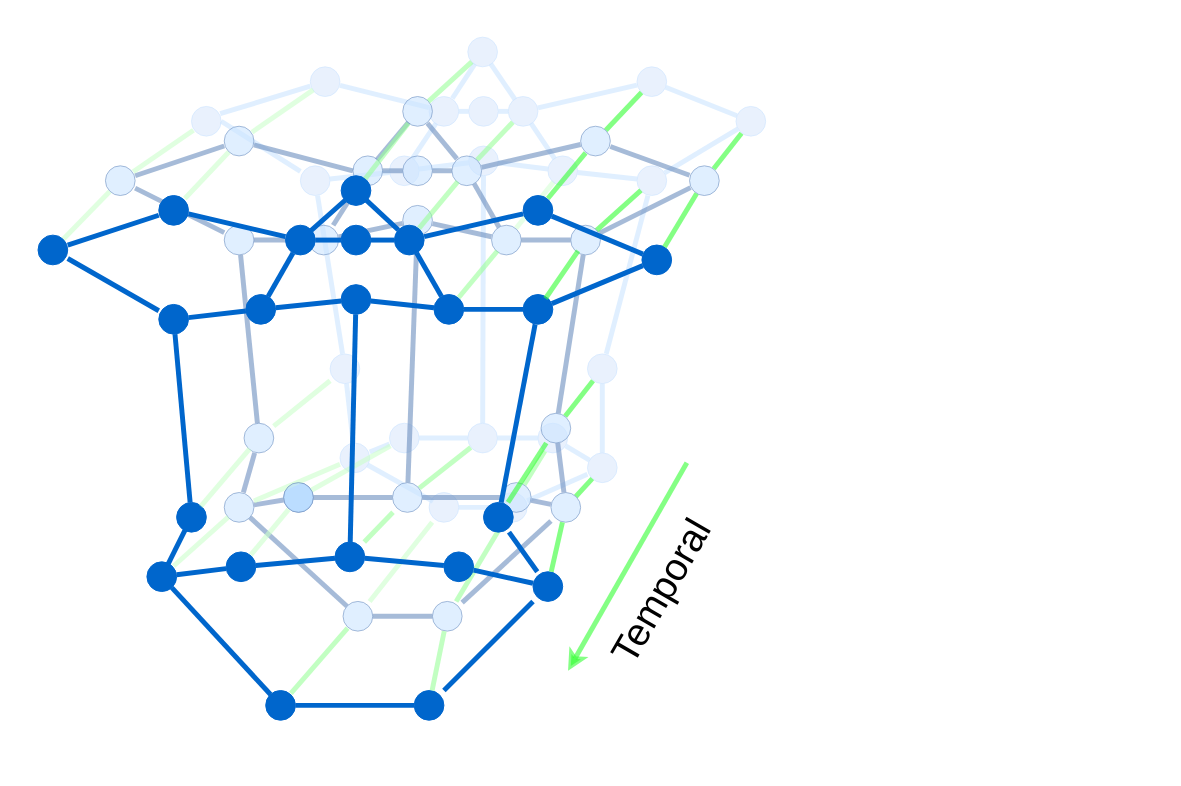
Before: page "Page-3" (2 of 8) of FG_example.drawio in 1009351456/Anonymous, a draw.io diagram. Source tidied: cells renumbered, new cells numbered last; positions are measured from the earlier drawing's top-left corner, leaving out a move shared by most shapes. Both pictures are drawn from the tidied source at 99%, with x=0, y=0 at pixel (16, 27).
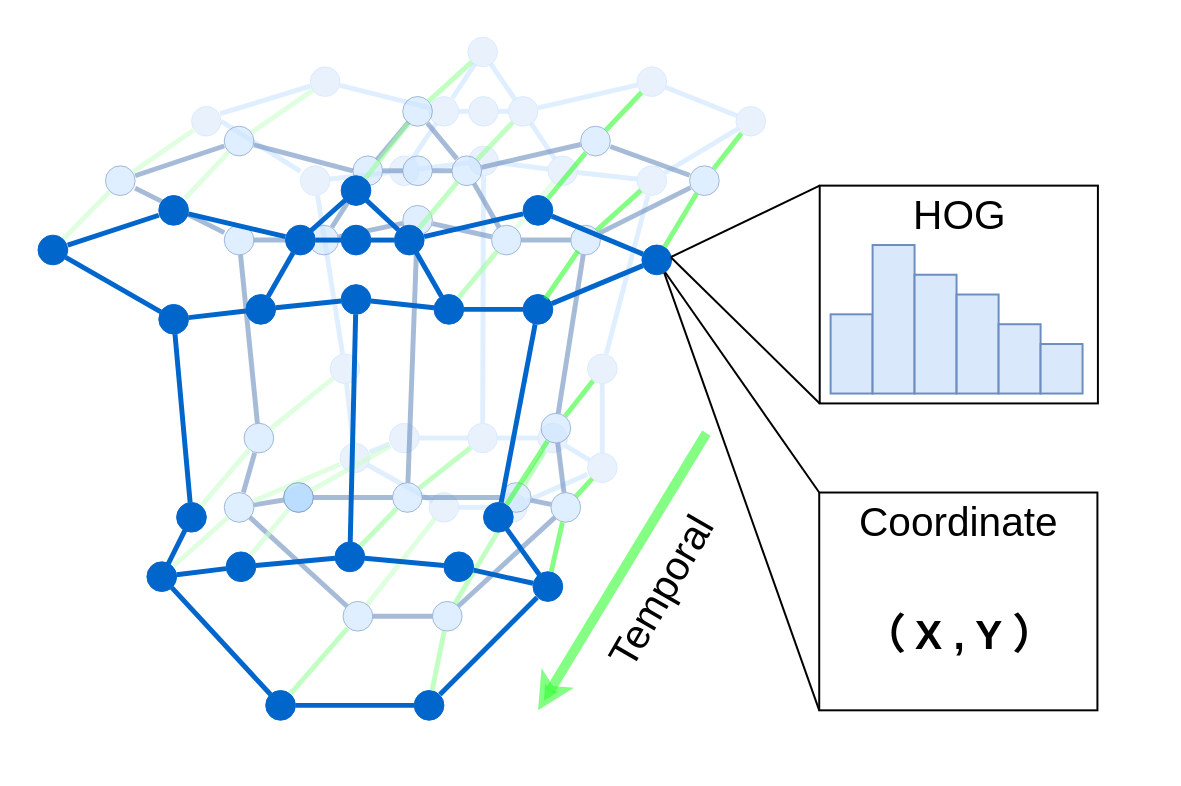
The same page after the edit.

Unchanged cells that the change refers to:
```xml
<mxCell id="17" style="shape=ellipse;fillColor=#dae8fc;strokeColor=#CCE5FF;html=1;opacity=60;" parent="1" vertex="1">
  <mxGeometry x="316.9" y="330" width="30" height="30" as="geometry" />
</mxCell>
<mxCell id="24" style="shape=ellipse;fillColor=#dae8fc;strokeColor=#CCE5FF;html=1;opacity=60;" parent="1" vertex="1">
  <mxGeometry x="486" y="470" width="30" height="30" as="geometry" />
</mxCell>
<mxCell id="25" style="shape=ellipse;fillColor=#dae8fc;strokeColor=#CCE5FF;html=1;opacity=60;" parent="1" vertex="1">
  <mxGeometry x="416.9" y="470" width="30" height="30" as="geometry" />
</mxCell>
<mxCell id="57" style="shape=ellipse;fillColor=#CCE5FF;strokeColor=#6c8ebf;html=1;opacity=60;" parent="1" vertex="1">
  <mxGeometry x="295.5" y="200" width="30" height="30" as="geometry" />
</mxCell>
<mxCell id="58" style="shape=ellipse;fillColor=#CCE5FF;strokeColor=#6c8ebf;html=1;opacity=60;" parent="1" vertex="1">
  <mxGeometry x="340" y="130" width="30" height="30" as="geometry" />
</mxCell>
<mxCell id="112" style="shape=ellipse;fillColor=#CCE5FF;strokeColor=#6c8ebf;html=1;opacity=60;" parent="1" vertex="1">
  <mxGeometry x="530" y="390" width="30" height="30" as="geometry" />
</mxCell>
<mxCell id="113" style="shape=ellipse;fillColor=#CCE5FF;strokeColor=#6c8ebf;html=1;opacity=60;" parent="1" vertex="1">
  <mxGeometry x="540" y="470" width="30" height="30" as="geometry" />
</mxCell>
<mxCell id="114" style="shape=ellipse;fillColor=#CCE5FF;strokeColor=#6c8ebf;html=1;opacity=60;" parent="1" vertex="1">
  <mxGeometry x="230" y="400" width="30" height="30" as="geometry" />
</mxCell>
<mxCell id="116" style="shape=ellipse;fillColor=#CCE5FF;strokeColor=#6c8ebf;html=1;opacity=60;" parent="1" vertex="1">
  <mxGeometry x="380" y="460" width="30" height="30" as="geometry" />
</mxCell>
<mxCell id="119" style="shape=ellipse;fillColor=#CCE5FF;strokeColor=#6c8ebf;html=1;opacity=60;" parent="1" vertex="1">
  <mxGeometry x="330" y="580" width="30" height="30" as="geometry" />
</mxCell>
<mxCell id="120" style="shape=ellipse;fillColor=#CCE5FF;strokeColor=#6c8ebf;html=1;opacity=60;" parent="1" vertex="1">
  <mxGeometry x="420.3" y="580" width="30" height="30" as="geometry" />
</mxCell>
<mxCell id="121" style="shape=ellipse;fillColor=#0066CC;strokeColor=#0066CC;html=1;" parent="1" vertex="1">
  <mxGeometry x="21.9" y="210" width="30" height="30" as="geometry" />
</mxCell>
<mxCell id="122" style="shape=ellipse;fillColor=#0066CC;strokeColor=#0066CC;html=1;" parent="1" vertex="1">
  <mxGeometry x="143.9" y="280" width="30" height="30" as="geometry" />
</mxCell>
<mxCell id="132" style="shape=ellipse;fillColor=#0066CC;strokeColor=#0066CC;html=1;" parent="1" vertex="1">
  <mxGeometry x="631.9" y="220" width="30" height="30" as="geometry" />
</mxCell>
<mxCell id="137" style="shape=ellipse;fillColor=#0066CC;strokeColor=#0066CC;html=1;" parent="1" vertex="1">
  <mxGeometry x="401.9" y="670" width="30" height="30" as="geometry" />
</mxCell>
<mxCell id="138" style="shape=ellipse;fillColor=#0066CC;strokeColor=#0066CC;html=1;" parent="1" vertex="1">
  <mxGeometry x="521.9" y="550" width="30" height="30" as="geometry" />
</mxCell>
<mxCell id="139" style="shape=ellipse;fillColor=#0066CC;strokeColor=#0066CC;html=1;" parent="1" vertex="1">
  <mxGeometry x="471.9" y="480" width="30" height="30" as="geometry" />
</mxCell>
<mxCell id="141" style="shape=ellipse;fillColor=#0066CC;strokeColor=#0066CC;html=1;" parent="1" vertex="1">
  <mxGeometry x="321.9" y="520" width="30" height="30" as="geometry" />
</mxCell>
```

Diff of the diagram source:
```diff
@@
     <mxCell id="3" style="rounded=0;whiteSpace=wrap;html=1;strokeColor=none;fillColor=#ffffff;fontSize=39;opacity=60;" parent="1" vertex="1">
-      <mxGeometry x="0.3" width="810" height="750" as="geometry" />
+      <mxGeometry x="10" y="-10" width="1150" height="740" as="geometry" />
     </mxCell>
@@
-    <mxCell id="70" style="endArrow=none;html=1;fontSize=56;strokeWidth=5;fillColor=#dae8fc;strokeColor=#6c8ebf;opacity=60;" parent="1" edge="1" source="58" target="57">
+    <mxCell id="70" style="endArrow=none;html=1;fontSize=56;strokeWidth=5;fillColor=#dae8fc;strokeColor=#6c8ebf;opacity=60;sourcePerimeterSpacing=-3;targetPerimeterSpacing=-2;" parent="1" edge="1" source="58" target="57">
       <mxGeometry relative="1" as="geometry" />
     </mxCell>
@@
-    <mxCell id="90" style="endArrow=none;html=1;fontSize=56;strokeWidth=5;fillColor=#dae8fc;strokeColor=#6c8ebf;opacity=60;" parent="1" edge="1" source="120" target="113">
+    <mxCell id="90" style="endArrow=none;html=1;fontSize=56;strokeWidth=5;fillColor=#dae8fc;strokeColor=#6c8ebf;opacity=60;targetPerimeterSpacing=-4;sourcePerimeterSpacing=-4;" parent="1" edge="1" source="120" target="113">
       <mxGeometry relative="1" as="geometry" />
     </mxCell>
@@
-    <mxCell id="104" style="endArrow=none;html=1;strokeColor=#99FF99;strokeWidth=5;fontSize=56;fillColor=#d5e8d4;opacity=60;" parent="1" edge="1" source="120" target="24">
+    <mxCell id="104" style="endArrow=none;html=1;strokeColor=#99FF99;strokeWidth=5;fontSize=56;fillColor=#d5e8d4;opacity=60;sourcePerimeterSpacing=-2;" parent="1" edge="1" source="120" target="24">
       <mxGeometry relative="1" as="geometry" />
     </mxCell>
-    <mxCell id="105" style="endArrow=none;html=1;strokeColor=#CCFFCC;strokeWidth=5;fontSize=56;fillColor=#d5e8d4;opacity=60;" parent="1" edge="1" source="119" target="25">
+    <mxCell id="105" style="endArrow=none;html=1;strokeColor=#CCFFCC;strokeWidth=5;fontSize=56;fillColor=#d5e8d4;opacity=60;targetPerimeterSpacing=-4;sourcePerimeterSpacing=-4;" parent="1" edge="1" source="119" target="25">
       <mxGeometry relative="1" as="geometry" />
     </mxCell>
@@
-    <mxCell id="109" style="endArrow=none;html=1;strokeColor=#CCFFCC;strokeWidth=5;fontSize=56;fillColor=#d5e8d4;opacity=60;" parent="1" edge="1" source="114" target="17">
+    <mxCell id="109" style="endArrow=none;html=1;strokeColor=#CCFFCC;strokeWidth=5;fontSize=56;fillColor=#d5e8d4;opacity=60;sourcePerimeterSpacing=-3;targetPerimeterSpacing=-3;" parent="1" edge="1" source="114" target="17">
       <mxGeometry relative="1" as="geometry" />
     </mxCell>
@@
-    <mxCell id="134" style="shape=ellipse;fillColor=#0066CC;strokeColor=#0066CC;html=1;" parent="1" vertex="1">
-      <mxGeometry x="161.9" y="480" width="30" height="30" as="geometry" />
-    </mxCell>
@@
-    <mxCell id="144" style="endArrow=none;html=1;fontSize=56;strokeWidth=5;fillColor=#dae8fc;strokeColor=#0066CC;" parent="1" edge="1" source="121" target="122">
+    <mxCell id="144" style="endArrow=none;html=1;fontSize=56;strokeWidth=5;fillColor=#dae8fc;strokeColor=#0066CC;sourcePerimeterSpacing=-2;targetPerimeterSpacing=-2;" parent="1" edge="1" source="121" target="122">
       <mxGeometry relative="1" as="geometry" />
     </mxCell>
@@
-    <mxCell id="160" style="endArrow=none;html=1;fontSize=56;strokeWidth=5;fillColor=#dae8fc;strokeColor=#0066CC;" parent="1" edge="1" source="139" target="138">
+    <mxCell id="160" style="endArrow=none;html=1;fontSize=56;strokeWidth=5;fillColor=#dae8fc;strokeColor=#0066CC;sourcePerimeterSpacing=-3;targetPerimeterSpacing=-3;" parent="1" edge="1" source="139" target="138">
       <mxGeometry relative="1" as="geometry" />
     </mxCell>
@@
-    <mxCell id="164" style="endArrow=none;html=1;fontSize=56;strokeWidth=5;fillColor=#dae8fc;strokeColor=#0066CC;" parent="1" edge="1" source="137" target="138">
+    <mxCell id="164" style="endArrow=none;html=1;fontSize=56;strokeWidth=5;fillColor=#dae8fc;strokeColor=#0066CC;targetPerimeterSpacing=-4;sourcePerimeterSpacing=-4;" parent="1" edge="1" source="137" target="138">
       <mxGeometry relative="1" as="geometry" />
     </mxCell>
@@
-    <mxCell id="172" style="endArrow=none;html=1;strokeColor=#33FF33;strokeWidth=5;fontSize=56;fillColor=#d5e8d4;opacity=60;" parent="1" edge="1" source="139" target="112">
+    <mxCell id="172" style="endArrow=none;html=1;strokeColor=#33FF33;strokeWidth=5;fontSize=56;fillColor=#d5e8d4;opacity=60;targetPerimeterSpacing=-2;sourcePerimeterSpacing=-2;" parent="1" edge="1" source="139" target="112">
       <mxGeometry relative="1" as="geometry" />
     </mxCell>
@@
-    <mxCell id="182" style="endArrow=none;html=1;strokeColor=#99FF99;strokeWidth=5;fontSize=56;fillColor=#d5e8d4;opacity=60;" parent="1" edge="1" source="141" target="116">
+    <mxCell id="182" style="endArrow=none;html=1;strokeColor=#99FF99;strokeWidth=5;fontSize=56;fillColor=#d5e8d4;opacity=60;sourcePerimeterSpacing=-4;targetPerimeterSpacing=-4;" parent="1" edge="1" source="141" target="116">
       <mxGeometry relative="1" as="geometry" />
     </mxCell>
@@
-    <mxCell id="185" style="endArrow=classic;html=1;strokeColor=#33FF33;strokeWidth=5;fontSize=56;opacity=60;" parent="1" edge="1">
+    <mxCell id="185" style="endArrow=classic;html=1;strokeColor=#33FF33;strokeWidth=10;fontSize=56;opacity=60;" parent="1" edge="1">
       <mxGeometry relative="1" as="geometry">
-        <mxPoint x="677.3" y="440" as="sourcePoint" />
-        <mxPoint x="557.3" y="650" as="targetPoint" />
+        <mxPoint x="697" y="410" as="sourcePoint" />
+        <mxPoint x="527" y="690" as="targetPoint" />
       </mxGeometry>
     </mxCell>
-    <mxCell id="186" value="Temporal" style="text;html=1;strokeColor=none;fillColor=none;align=center;verticalAlign=middle;whiteSpace=wrap;rounded=0;rotation=-60;fontSize=39;" parent="1" vertex="1">
+    <mxCell id="186" value="Temporal" style="text;html=1;strokeColor=none;fillColor=none;align=center;verticalAlign=middle;whiteSpace=wrap;rounded=0;rotation=-60;fontSize=41;" parent="1" vertex="1">
       <mxGeometry x="501.9" y="530" width="300" height="80" as="geometry" />
     </mxCell>
@@
+    <mxCell id="134" style="shape=ellipse;fillColor=#0066CC;strokeColor=#0066CC;html=1;" parent="1" vertex="1">
+      <mxGeometry x="161.9" y="480" width="30" height="30" as="geometry" />
+    </mxCell>
+    <mxCell id="189" style="rounded=0;whiteSpace=wrap;html=1;strokeColor=#6c8ebf;strokeWidth=2;fillColor=#dae8fc;" parent="1" vertex="1">
+      <mxGeometry x="822.5" y="290" width="42.4" height="80" as="geometry" />
+    </mxCell>
+    <mxCell id="190" style="rounded=0;whiteSpace=wrap;html=1;strokeWidth=2;fillColor=none;" parent="1" vertex="1">
+      <mxGeometry x="811.5" y="160" width="281" height="220" as="geometry" />
+    </mxCell>
+    <mxCell id="191" value="HOG" style="text;html=1;strokeColor=none;fillColor=none;align=center;verticalAlign=middle;whiteSpace=wrap;rounded=0;fontSize=41;" parent="1" vertex="1">
+      <mxGeometry x="812.5" y="170" width="280" height="40" as="geometry" />
+    </mxCell>
+    <mxCell id="192" style="rounded=0;whiteSpace=wrap;html=1;strokeColor=#6c8ebf;strokeWidth=2;fillColor=#dae8fc;" parent="1" vertex="1">
+      <mxGeometry x="864.9" y="220" width="42.4" height="150" as="geometry" />
+    </mxCell>
+    <mxCell id="193" style="rounded=0;whiteSpace=wrap;html=1;strokeColor=#6c8ebf;strokeWidth=2;fillColor=#dae8fc;" parent="1" vertex="1">
+      <mxGeometry x="907.3" y="250" width="42.4" height="120" as="geometry" />
+    </mxCell>
+    <mxCell id="194" style="rounded=0;whiteSpace=wrap;html=1;strokeColor=#6c8ebf;strokeWidth=2;fillColor=#dae8fc;" parent="1" vertex="1">
+      <mxGeometry x="949.8" y="270" width="42.4" height="100" as="geometry" />
+    </mxCell>
+    <mxCell id="195" style="rounded=0;whiteSpace=wrap;html=1;strokeColor=#6c8ebf;strokeWidth=2;fillColor=#dae8fc;" parent="1" vertex="1">
+      <mxGeometry x="992.2" y="300" width="42.4" height="70" as="geometry" />
+    </mxCell>
+    <mxCell id="196" style="rounded=0;whiteSpace=wrap;html=1;strokeColor=#6c8ebf;strokeWidth=2;fillColor=#dae8fc;" parent="1" vertex="1">
+      <mxGeometry x="1034.6" y="320" width="42.4" height="50" as="geometry" />
+    </mxCell>
+    <mxCell id="197" style="rounded=0;whiteSpace=wrap;html=1;strokeWidth=2;fillColor=none;" parent="1" vertex="1">
+      <mxGeometry x="811" y="470" width="281" height="220" as="geometry" />
+    </mxCell>
+    <mxCell id="198" value="Coordinate" style="text;html=1;strokeColor=none;fillColor=none;align=center;verticalAlign=middle;whiteSpace=wrap;rounded=0;fontSize=41;" parent="1" vertex="1">
+      <mxGeometry x="811.5" y="480" width="280" height="40" as="geometry" />
+    </mxCell>
+    <mxCell id="199" value="（ X , Y ）" style="text;html=1;strokeColor=none;fillColor=none;align=center;verticalAlign=middle;whiteSpace=wrap;rounded=0;fontSize=41;fontFamily=Helvetica;fontStyle=1;" parent="1" vertex="1">
+      <mxGeometry x="851.6" y="560" width="199.8" height="110" as="geometry" />
+    </mxCell>
+    <mxCell id="200" style="endArrow=none;html=1;strokeWidth=2;entryX=0;entryY=0;entryDx=0;entryDy=0;targetPerimeterSpacing=-3;sourcePerimeterSpacing=-4;exitX=0.979;exitY=0.403;exitDx=0;exitDy=0;exitPerimeter=0;" parent="1" edge="1" source="132" target="190">
+      <mxGeometry relative="1" as="geometry" />
+    </mxCell>
+    <mxCell id="201" style="endArrow=none;html=1;strokeWidth=2;entryX=0;entryY=1;entryDx=0;entryDy=0;sourcePerimeterSpacing=-1;exitX=0.973;exitY=0.409;exitDx=0;exitDy=0;exitPerimeter=0;" parent="1" edge="1" source="132" target="190">
+      <mxGeometry relative="1" as="geometry" />
+    </mxCell>
+    <mxCell id="202" style="endArrow=none;html=1;strokeWidth=2;entryX=0;entryY=0;entryDx=0;entryDy=0;exitX=0.783;exitY=0.917;exitDx=0;exitDy=0;exitPerimeter=0;sourcePerimeterSpacing=-3;targetPerimeterSpacing=1;" parent="1" edge="1" source="132" target="197">
+      <mxGeometry relative="1" as="geometry" />
+    </mxCell>
+    <mxCell id="203" style="endArrow=none;html=1;strokeWidth=2;entryX=0;entryY=1;entryDx=0;entryDy=0;sourcePerimeterSpacing=-2;exitX=0.752;exitY=0.938;exitDx=0;exitDy=0;exitPerimeter=0;" parent="1" edge="1" source="132" target="197">
+      <mxGeometry relative="1" as="geometry" />
+    </mxCell>
```
